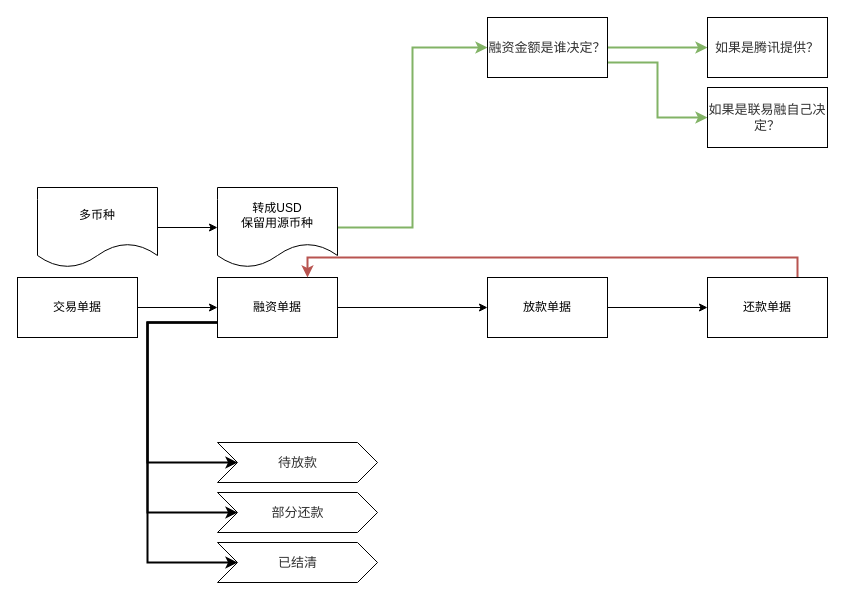
0573xieguojia/To-program keeps this draw.io diagram as 操作系统作业/Untitled Diagram.drawio. Above is the earlier version. Source tidied: cells renumbered, new cells numbered last; positions are measured from the earlier drawing's top-left corner, leaving out a move shared by most shapes. Both pictures are drawn from the tidied source at 100%, with x=0, y=0 at pixel (17, 17).
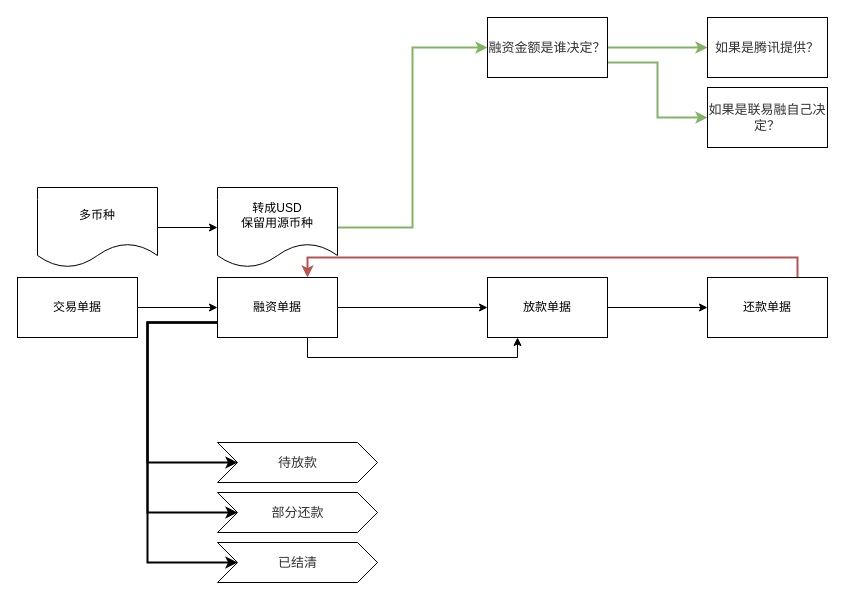
Above is the later version.

Unchanged cells that the change refers to:
```xml
<mxCell id="8" value="融资单据" style="rounded=0;whiteSpace=wrap;html=1;" parent="1" vertex="1">
  <mxGeometry x="200" y="260" width="120" height="60" as="geometry" />
</mxCell>
<mxCell id="10" value="放款单据" style="rounded=0;whiteSpace=wrap;html=1;" parent="1" vertex="1">
  <mxGeometry x="470" y="260" width="120" height="60" as="geometry" />
</mxCell>
```

Diff of the diagram source:
```diff
@@
+    <mxCell id="25" style="edgeStyle=orthogonalEdgeStyle;rounded=0;jettySize=auto;html=1;exitX=0.75;exitY=1;exitDx=0;exitDy=0;entryX=0.25;entryY=1;entryDx=0;entryDy=0;" parent="1" edge="1" source="8" target="10">
+      <mxGeometry relative="1" as="geometry" />
+    </mxCell>
```
